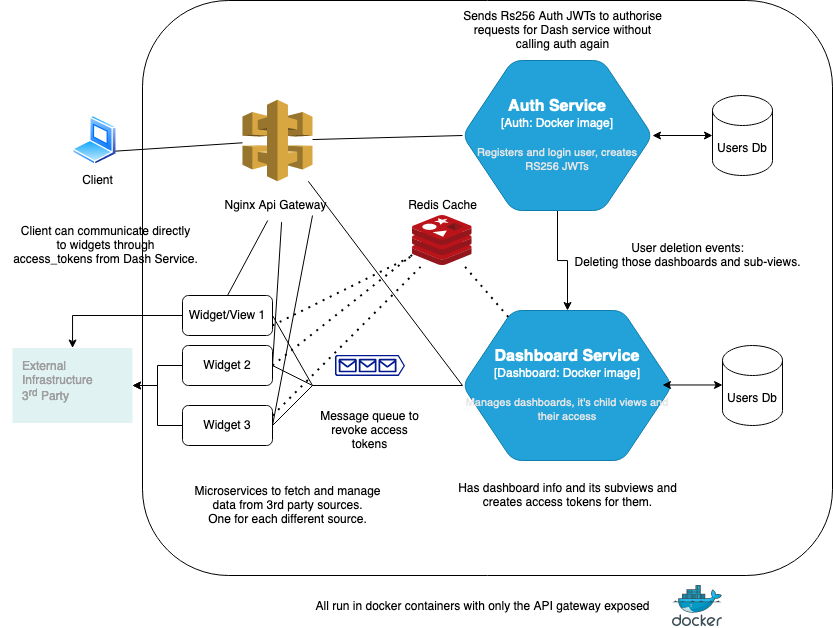
Earlier version of the draw.io export microservice_archi.png (shreyanshyad/go-backend). Source tidied: cells renumbered, new cells last; positions are measured from the earlier drawing's top-left corner, leaving out a move shared by most shapes. The source it was exported from:
```xml
<mxGraphModel>
  <root>
    <mxCell id="0" />
    <mxCell id="1" parent="0" />
    <mxCell id="2" style="perimeter=ellipsePerimeter;html=1;align=center;shadow=0;dashed=0;spacingTop=3;image;image=img/lib/active_directory/laptop_client.svg;" parent="1" vertex="1">
      <mxGeometry x="72" y="115" width="45" height="50" as="geometry" />
    </mxCell>
    <mxCell id="3" value="&lt;div&gt;Client&lt;/div&gt;" style="text;html=1;align=center;verticalAlign=middle;strokeColor=none;fillColor=none;" parent="1" vertex="1">
      <mxGeometry x="72" y="165" width="50" height="30" as="geometry" />
    </mxCell>
    <mxCell id="4" style="outlineConnect=0;dashed=0;verticalLabelPosition=bottom;verticalAlign=top;align=center;html=1;shape=mxgraph.aws3.api_gateway;fillColor=#D9A741;gradientColor=none;" parent="1" vertex="1">
      <mxGeometry x="242" y="99.2" width="70" height="81.5" as="geometry" />
    </mxCell>
    <mxCell id="5" value="Nginx Api Gateway" style="text;html=1;align=center;verticalAlign=middle;points=[];strokeColor=none;fillColor=none;" parent="1" vertex="1">
      <mxGeometry x="210.2" y="190" width="130" height="30" as="geometry" />
    </mxCell>
    <mxCell id="6" style="edgeStyle=orthogonalEdgeStyle;rounded=0;jettySize=auto;html=1;" parent="1" edge="1" source="7" target="10">
      <mxGeometry relative="1" as="geometry" />
    </mxCell>
    <object id="7" label="&lt;font style=&quot;font-size: 16px&quot;&gt;&lt;b&gt;%c4Type%&lt;/b&gt;&lt;/font&gt;&lt;div&gt;[%c4Container%:&amp;nbsp;%c4Technology%]&lt;/div&gt;&lt;br&gt;&lt;div&gt;&lt;font style=&quot;font-size: 11px&quot;&gt;&lt;font color=&quot;#E6E6E6&quot;&gt;%c4Description%&lt;/font&gt;&lt;/div&gt;" c4Container="Auth" c4Description="Registers and login user, creates RS256 JWTs" c4Technology="Docker image" c4Type="Auth Service" placeholders="1">
      <mxCell style="shape=hexagon;size=50;perimeter=hexagonPerimeter2;whiteSpace=wrap;html=1;fixedSize=1;rounded=1;labelBackgroundColor=none;fillColor=#23A2D9;fontSize=12;fontColor=#ffffff;align=center;strokeColor=#0E7DAD;points=[[0.5,0,0],[1,0.25,0],[1,0.5,0],[1,0.75,0],[0.5,1,0],[0,0.75,0],[0,0.5,0],[0,0.25,0]];" parent="1" vertex="1">
        <mxGeometry x="462" y="60" width="190" height="150" as="geometry" />
      </mxCell>
    </object>
    <mxCell id="8" value="Users Db" style="shape=cylinder3;whiteSpace=wrap;html=1;boundedLbl=1;backgroundOutline=1;size=15;fillColor=none;" parent="1" vertex="1">
      <mxGeometry x="712" y="95" width="60" height="80" as="geometry" />
    </mxCell>
    <mxCell id="9" style="endArrow=classic;startArrow=classic;html=1;rounded=0;entryX=0;entryY=0.5;entryDx=0;entryDy=0;entryPerimeter=0;exitX=1;exitY=0.5;exitDx=0;exitDy=0;exitPerimeter=0;" parent="1" edge="1" source="7" target="8">
      <mxGeometry relative="1" as="geometry" />
    </mxCell>
    <object id="10" label="&lt;font style=&quot;font-size: 16px&quot;&gt;&lt;b&gt;%c4Type%&lt;/b&gt;&lt;/font&gt;&lt;div&gt;[%c4Container%:&amp;nbsp;%c4Technology%]&lt;/div&gt;&lt;br&gt;&lt;div&gt;&lt;font style=&quot;font-size: 11px&quot;&gt;&lt;font color=&quot;#E6E6E6&quot;&gt;%c4Description%&lt;/font&gt;&lt;/div&gt;" c4Container="Dashboard" c4Description="Manages dashboards, it's child views and their access" c4Technology="Docker image" c4Type="Dashboard Service" placeholders="1">
      <mxCell style="shape=hexagon;size=50;perimeter=hexagonPerimeter2;whiteSpace=wrap;html=1;fixedSize=1;rounded=1;labelBackgroundColor=none;fillColor=#23A2D9;fontSize=12;fontColor=#ffffff;align=center;strokeColor=#0E7DAD;points=[[0.5,0,0],[1,0.25,0],[1,0.5,0],[1,0.75,0],[0.5,1,0],[0,0.75,0],[0,0.5,0],[0,0.25,0]];" parent="1" vertex="1">
        <mxGeometry x="462" y="310" width="210" height="150" as="geometry" />
      </mxCell>
    </object>
    <mxCell id="11" style="endArrow=none;html=1;rounded=0;exitX=1;exitY=0.75;exitDx=0;exitDy=0;" parent="1" edge="1" source="2" target="4">
      <mxGeometry relative="1" as="geometry" />
    </mxCell>
    <mxCell id="12" style="endArrow=none;html=1;rounded=0;entryX=0;entryY=0.5;entryDx=0;entryDy=0;entryPerimeter=0;" parent="1" edge="1" source="4" target="7">
      <mxGeometry relative="1" as="geometry" />
    </mxCell>
    <mxCell id="13" value="Users Db" style="shape=cylinder3;whiteSpace=wrap;html=1;boundedLbl=1;backgroundOutline=1;size=15;fillColor=none;" parent="1" vertex="1">
      <mxGeometry x="722" y="345" width="60" height="80" as="geometry" />
    </mxCell>
    <mxCell id="14" style="endArrow=classic;startArrow=classic;html=1;rounded=0;entryX=0;entryY=0.5;entryDx=0;entryDy=0;entryPerimeter=0;exitX=1;exitY=0.5;exitDx=0;exitDy=0;exitPerimeter=0;" parent="1" edge="1">
      <mxGeometry relative="1" as="geometry">
        <mxPoint x="662" y="384.5" as="sourcePoint" />
        <mxPoint x="722" y="384.5" as="targetPoint" />
      </mxGeometry>
    </mxCell>
    <mxCell id="15" value="&lt;div&gt;Sends Rs256 Auth JWTs to authorise&lt;/div&gt;&lt;div&gt;requests for Dash service without&lt;/div&gt;&lt;div&gt;calling auth again&lt;/div&gt;" style="text;html=1;align=center;verticalAlign=middle;strokeColor=none;fillColor=none;" parent="1" vertex="1">
      <mxGeometry x="452" width="220" height="60" as="geometry" />
    </mxCell>
    <mxCell id="16" style="endArrow=none;html=1;rounded=0;entryX=0;entryY=0.5;entryDx=0;entryDy=0;entryPerimeter=0;" parent="1" edge="1" source="4" target="10">
      <mxGeometry relative="1" as="geometry" />
    </mxCell>
    <mxCell id="17" value="External&#10;Infrastructure&#10;3&lt;sup&gt;rd&lt;/sup&gt; Party" style="sketch=0;points=[[0,0,0],[0.25,0,0],[0.5,0,0],[0.75,0,0],[1,0,0],[1,0.25,0],[1,0.5,0],[1,0.75,0],[1,1,0],[0.75,1,0],[0.5,1,0],[0.25,1,0],[0,1,0],[0,0.75,0],[0,0.5,0],[0,0.25,0]];rounded=1;absoluteArcSize=1;arcSize=2;html=1;strokeColor=none;gradientColor=none;shadow=0;dashed=0;fontSize=12;fontColor=#9E9E9E;align=left;verticalAlign=top;spacing=10;spacingTop=-4;fillColor=#E0F2F1;" parent="1" vertex="1">
      <mxGeometry x="12" y="347.5" width="120" height="75" as="geometry" />
    </mxCell>
    <mxCell id="18" style="edgeStyle=orthogonalEdgeStyle;rounded=0;jettySize=auto;html=1;" parent="1" edge="1" source="19" target="17">
      <mxGeometry relative="1" as="geometry" />
    </mxCell>
    <mxCell id="19" value="Widget 2" style="rounded=1;whiteSpace=wrap;html=1;fillColor=none;" parent="1" vertex="1">
      <mxGeometry x="182" y="345" width="90" height="40" as="geometry" />
    </mxCell>
    <mxCell id="20" style="edgeStyle=orthogonalEdgeStyle;rounded=0;jettySize=auto;html=1;" parent="1" edge="1" source="21" target="17">
      <mxGeometry relative="1" as="geometry" />
    </mxCell>
    <mxCell id="21" value="Widget/View 1" style="rounded=1;whiteSpace=wrap;html=1;fillColor=none;" parent="1" vertex="1">
      <mxGeometry x="182" y="295" width="90" height="40" as="geometry" />
    </mxCell>
    <mxCell id="22" style="edgeStyle=orthogonalEdgeStyle;rounded=0;jettySize=auto;html=1;" parent="1" edge="1" source="23" target="17">
      <mxGeometry relative="1" as="geometry" />
    </mxCell>
    <mxCell id="23" value="&lt;div&gt;Widget 3&lt;/div&gt;" style="rounded=1;whiteSpace=wrap;html=1;fillColor=none;" parent="1" vertex="1">
      <mxGeometry x="182" y="405" width="90" height="40" as="geometry" />
    </mxCell>
    <mxCell id="24" value="&lt;div&gt;Microservices to fetch and manage&lt;/div&gt;&lt;div&gt;data from 3rd party sources.&lt;/div&gt;&lt;div&gt;One for each different source.&lt;br&gt;&lt;/div&gt;" style="text;html=1;align=center;verticalAlign=middle;strokeColor=none;fillColor=none;" parent="1" vertex="1">
      <mxGeometry x="182" y="475" width="210" height="60" as="geometry" />
    </mxCell>
    <mxCell id="25" value="&lt;div&gt;User deletion events:&lt;/div&gt;&lt;div&gt;Deleting those dashboards and sub-views.&lt;br&gt;&lt;/div&gt;" style="text;html=1;align=center;verticalAlign=middle;strokeColor=none;fillColor=none;" parent="1" vertex="1">
      <mxGeometry x="562" y="235" width="250" height="40" as="geometry" />
    </mxCell>
    <mxCell id="26" style="endArrow=none;html=1;rounded=0;exitX=0.5;exitY=0;exitDx=0;exitDy=0;" parent="1" edge="1" source="21" target="5">
      <mxGeometry relative="1" as="geometry" />
    </mxCell>
    <mxCell id="27" style="endArrow=none;html=1;rounded=0;exitX=1;exitY=0.5;exitDx=0;exitDy=0;entryX=0.545;entryY=1.054;entryDx=0;entryDy=0;entryPerimeter=0;" parent="1" edge="1" source="19" target="5">
      <mxGeometry relative="1" as="geometry" />
    </mxCell>
    <mxCell id="28" style="endArrow=none;html=1;rounded=0;exitX=1;exitY=0.5;exitDx=0;exitDy=0;" parent="1" edge="1" source="23">
      <mxGeometry relative="1" as="geometry">
        <mxPoint x="312" y="215" as="targetPoint" />
      </mxGeometry>
    </mxCell>
    <mxCell id="29" value="&lt;div&gt;Has dashboard info and its subviews and&lt;/div&gt;&lt;div&gt;creates access tokens for them.&lt;br&gt;&lt;/div&gt;" style="text;html=1;align=center;verticalAlign=middle;strokeColor=none;fillColor=none;" parent="1" vertex="1">
      <mxGeometry x="447" y="475" width="240" height="40" as="geometry" />
    </mxCell>
    <mxCell id="30" style="endArrow=none;html=1;rounded=0;entryX=0;entryY=0.5;entryDx=0;entryDy=0;entryPerimeter=0;" parent="1" edge="1" target="10">
      <mxGeometry relative="1" as="geometry">
        <mxPoint x="312" y="385" as="sourcePoint" />
      </mxGeometry>
    </mxCell>
    <mxCell id="31" style="endArrow=none;html=1;rounded=0;entryX=1;entryY=0.5;entryDx=0;entryDy=0;" parent="1" edge="1" target="21">
      <mxGeometry relative="1" as="geometry">
        <mxPoint x="312" y="385" as="sourcePoint" />
      </mxGeometry>
    </mxCell>
    <mxCell id="32" style="endArrow=none;html=1;rounded=0;entryX=1;entryY=0.5;entryDx=0;entryDy=0;" parent="1" edge="1" target="19">
      <mxGeometry relative="1" as="geometry">
        <mxPoint x="312" y="385" as="sourcePoint" />
      </mxGeometry>
    </mxCell>
    <mxCell id="33" style="endArrow=none;html=1;rounded=0;entryX=1;entryY=0.5;entryDx=0;entryDy=0;" parent="1" edge="1" target="23">
      <mxGeometry relative="1" as="geometry">
        <mxPoint x="312" y="385" as="sourcePoint" />
      </mxGeometry>
    </mxCell>
    <mxCell id="34" value="&lt;div&gt;Client can communicate directly&lt;/div&gt;&lt;div&gt;to widgets through&lt;/div&gt;&lt;div&gt;access_tokens from Dash Service.&lt;br&gt;&lt;/div&gt;" style="text;html=1;align=center;verticalAlign=middle;strokeColor=none;fillColor=none;" parent="1" vertex="1">
      <mxGeometry x="0.2" y="215" width="210" height="60" as="geometry" />
    </mxCell>
    <mxCell id="35" style="sketch=0;shadow=0;dashed=0;html=1;strokeColor=none;labelPosition=center;verticalLabelPosition=bottom;verticalAlign=top;align=center;fillColor=#00188D;shape=mxgraph.azure.queue_generic;" parent="1" vertex="1">
      <mxGeometry x="334.5" y="354.5" width="70" height="21" as="geometry" />
    </mxCell>
    <mxCell id="36" value="Message queue to revoke access tokens" style="text;html=1;strokeColor=none;fillColor=none;align=center;verticalAlign=middle;whiteSpace=wrap;rounded=0;" parent="1" vertex="1">
      <mxGeometry x="312" y="415" width="115" height="30" as="geometry" />
    </mxCell>
    <mxCell id="37" style="sketch=0;html=1;align=center;image;fontSize=12;image=img/lib/mscae/Docker.svg;fillColor=none;" parent="1" vertex="1">
      <mxGeometry x="672" y="585" width="50" height="41" as="geometry" />
    </mxCell>
    <mxCell id="38" value="All run in docker containers with only the API gateway exposed" style="text;html=1;align=center;verticalAlign=middle;strokeColor=none;fillColor=none;" parent="1" vertex="1">
      <mxGeometry x="302" y="590.5" width="360" height="30" as="geometry" />
    </mxCell>
    <mxCell id="39" style="sketch=0;html=1;points=[];align=center;image;fontSize=12;image=img/lib/mscae/Cache_Redis_Product.svg;fillColor=none;" parent="1" vertex="1">
      <mxGeometry x="412" y="215" width="59.5" height="50" as="geometry" />
    </mxCell>
    <mxCell id="40" style="endArrow=none;dashed=1;html=1;dashPattern=1 3;strokeWidth=2;rounded=0;entryX=0.02;entryY=0.764;entryDx=0;entryDy=0;entryPerimeter=0;" parent="1" edge="1" target="39">
      <mxGeometry relative="1" as="geometry">
        <mxPoint x="272" y="365" as="sourcePoint" />
      </mxGeometry>
    </mxCell>
    <mxCell id="41" style="endArrow=none;dashed=1;html=1;dashPattern=1 3;strokeWidth=2;rounded=0;" parent="1" edge="1" source="10" target="39">
      <mxGeometry relative="1" as="geometry" />
    </mxCell>
    <mxCell id="42" style="endArrow=none;dashed=1;html=1;dashPattern=1 3;strokeWidth=2;rounded=0;entryX=-0.033;entryY=0.827;entryDx=0;entryDy=0;entryPerimeter=0;" parent="1" edge="1" target="39">
      <mxGeometry relative="1" as="geometry">
        <mxPoint x="272" y="325" as="sourcePoint" />
      </mxGeometry>
    </mxCell>
    <mxCell id="43" style="endArrow=none;dashed=1;html=1;dashPattern=1 3;strokeWidth=2;rounded=0;entryX=-0.033;entryY=0.827;entryDx=0;entryDy=0;entryPerimeter=0;" parent="1" edge="1">
      <mxGeometry relative="1" as="geometry">
        <mxPoint x="272" y="415" as="sourcePoint" />
        <mxPoint x="420" y="266.4" as="targetPoint" />
      </mxGeometry>
    </mxCell>
    <mxCell id="44" value="Redis Cache" style="text;html=1;align=center;verticalAlign=middle;strokeColor=none;fillColor=none;" parent="1" vertex="1">
      <mxGeometry x="396.8" y="190" width="90" height="30" as="geometry" />
    </mxCell>
    <mxCell id="45" style="rounded=1;whiteSpace=wrap;html=1;fillColor=none;" parent="1" vertex="1">
      <mxGeometry x="142" width="690" height="575" as="geometry" />
    </mxCell>
  </root>
</mxGraphModel>
```
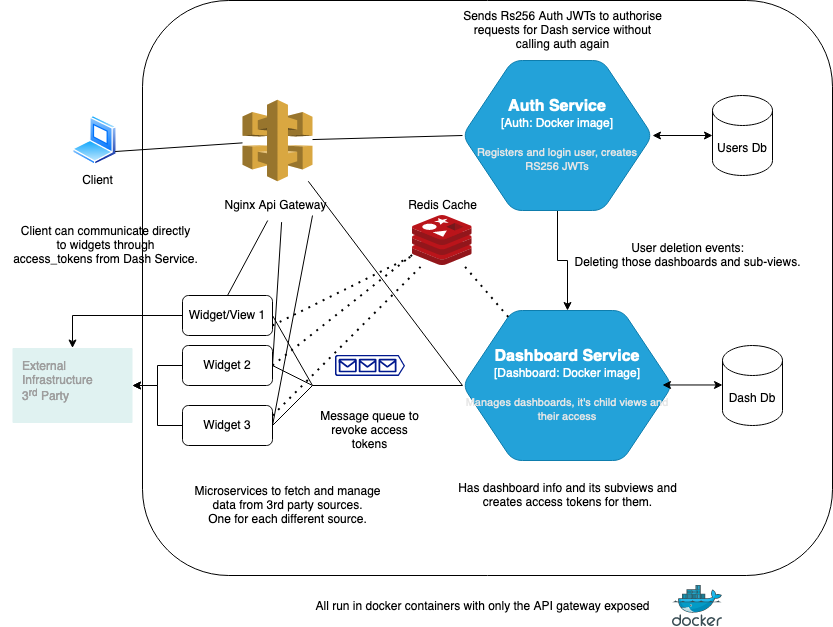
After the change.

Diff of the diagram source:
```diff
@@ -2,6 +2,9 @@
   <root>
     <mxCell id="0" />
     <mxCell id="1" parent="0" />
+    <mxCell id="46" style="rounded=1;whiteSpace=wrap;html=1;" parent="1" vertex="1">
+      <mxGeometry x="142" width="690" height="575" as="geometry" />
+    </mxCell>
     <mxCell id="2" style="perimeter=ellipsePerimeter;html=1;align=center;shadow=0;dashed=0;spacingTop=3;image;image=img/lib/active_directory/laptop_client.svg;" parent="1" vertex="1">
       <mxGeometry x="72" y="115" width="45" height="50" as="geometry" />
     </mxCell>
@@ -39,7 +42,7 @@
     <mxCell id="12" style="endArrow=none;html=1;rounded=0;entryX=0;entryY=0.5;entryDx=0;entryDy=0;entryPerimeter=0;" parent="1" edge="1" source="4" target="7">
       <mxGeometry relative="1" as="geometry" />
     </mxCell>
-    <mxCell id="13" value="Users Db" style="shape=cylinder3;whiteSpace=wrap;html=1;boundedLbl=1;backgroundOutline=1;size=15;fillColor=none;" parent="1" vertex="1">
+    <mxCell id="13" value="&lt;div&gt;Dash Db&lt;/div&gt;" style="shape=cylinder3;whiteSpace=wrap;html=1;boundedLbl=1;backgroundOutline=1;size=15;fillColor=none;" parent="1" vertex="1">
       <mxGeometry x="722" y="345" width="60" height="80" as="geometry" />
     </mxCell>
     <mxCell id="14" style="endArrow=classic;startArrow=classic;html=1;rounded=0;entryX=0;entryY=0.5;entryDx=0;entryDy=0;entryPerimeter=0;exitX=1;exitY=0.5;exitDx=0;exitDy=0;exitPerimeter=0;" parent="1" edge="1">
@@ -155,8 +158,5 @@
     <mxCell id="44" value="Redis Cache" style="text;html=1;align=center;verticalAlign=middle;strokeColor=none;fillColor=none;" parent="1" vertex="1">
       <mxGeometry x="396.8" y="190" width="90" height="30" as="geometry" />
     </mxCell>
-    <mxCell id="45" style="rounded=1;whiteSpace=wrap;html=1;fillColor=none;" parent="1" vertex="1">
-      <mxGeometry x="142" width="690" height="575" as="geometry" />
-    </mxCell>
   </root>
 </mxGraphModel>
```
